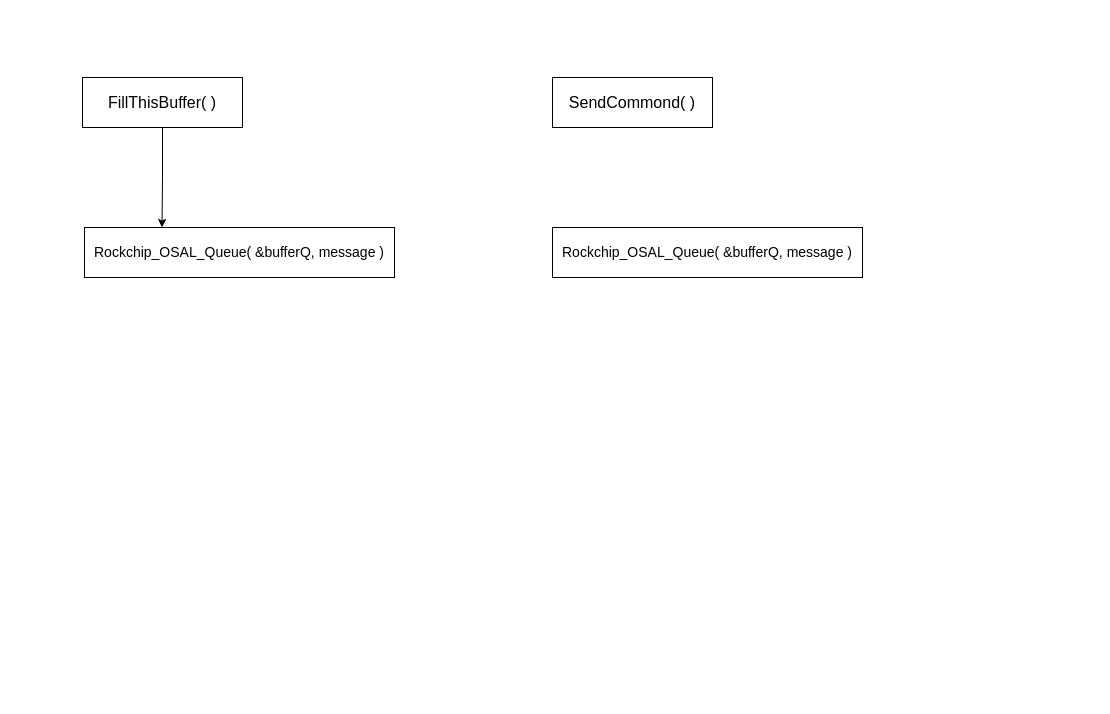
731617501/drawio_for_obsidian keeps this draw.io diagram as OMXIL.drawio. Above is the earlier version. Source tidied: cells renumbered, new cells numbered last; positions are measured from the earlier drawing's top-left corner, leaving out a move shared by most shapes. Both pictures are drawn from the tidied source at 100%, with x=0, y=0 at pixel (82, 77).
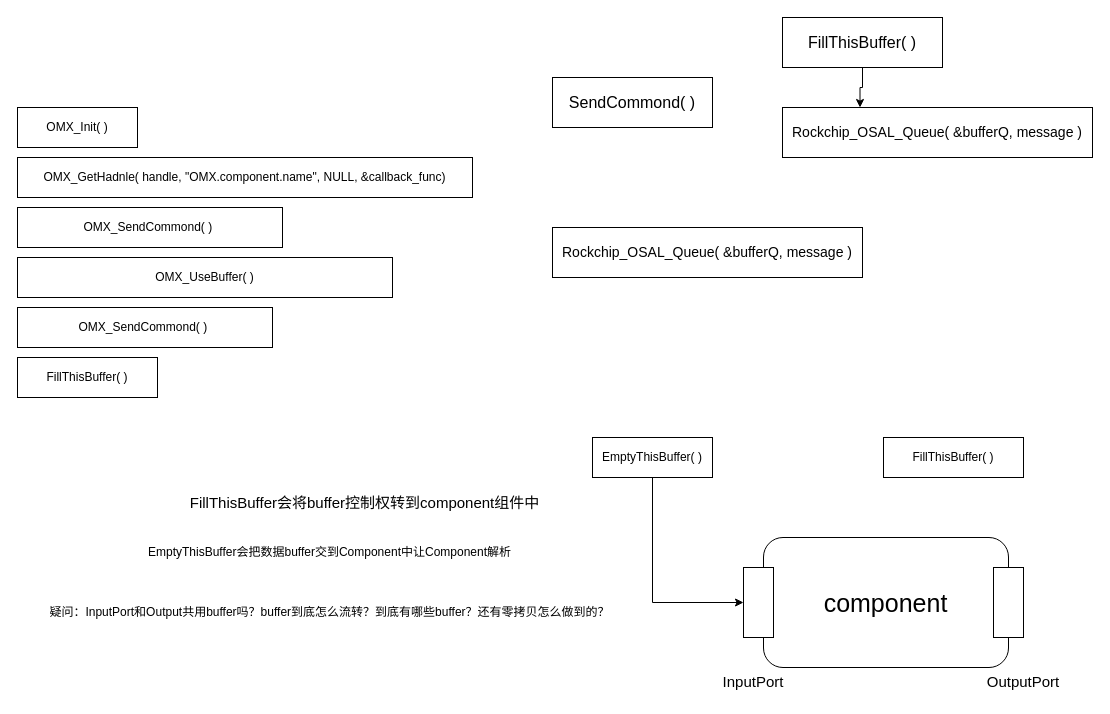
The same page after the edit.

The edit, as a diff of the source:
```diff
@@
     <mxCell id="3" value="FillThisBuffer( )" style="rounded=0;whiteSpace=wrap;html=1;fontSize=16;fontFamily=Jetmap Mono;" parent="1" vertex="1">
-      <mxGeometry width="160" height="50" as="geometry" />
+      <mxGeometry x="700" y="-60" width="160" height="50" as="geometry" />
     </mxCell>
@@
     <mxCell id="5" value="Rockchip_OSAL_Queue( &amp;amp;bufferQ, message )" style="rounded=0;whiteSpace=wrap;html=1;fontSize=14;" parent="1" vertex="1">
-      <mxGeometry x="2" y="150" width="310" height="50" as="geometry" />
+      <mxGeometry x="700" y="30" width="310" height="50" as="geometry" />
     </mxCell>
@@
+    <mxCell id="7" value="component" style="rounded=1;whiteSpace=wrap;html=1;fontSize=25;" parent="1" vertex="1">
+      <mxGeometry x="681" y="460" width="245" height="130" as="geometry" />
+    </mxCell>
+    <mxCell id="8" style="rounded=0;whiteSpace=wrap;html=1;" parent="1" vertex="1">
+      <mxGeometry x="661" y="490" width="30" height="70" as="geometry" />
+    </mxCell>
+    <mxCell id="9" style="rounded=0;whiteSpace=wrap;html=1;" parent="1" vertex="1">
+      <mxGeometry x="911" y="490" width="30" height="70" as="geometry" />
+    </mxCell>
+    <mxCell id="10" value="&lt;font style=&quot;font-size: 15px;&quot;&gt;InputPort&lt;/font&gt;" style="text;html=1;whiteSpace=wrap;strokeColor=none;fillColor=none;align=center;verticalAlign=middle;rounded=0;" parent="1" vertex="1">
+      <mxGeometry x="641" y="589" width="60" height="30" as="geometry" />
+    </mxCell>
+    <mxCell id="11" value="&lt;font style=&quot;font-size: 15px;&quot;&gt;OutputPort&lt;/font&gt;" style="text;html=1;whiteSpace=wrap;strokeColor=none;fillColor=none;align=center;verticalAlign=middle;rounded=0;" parent="1" vertex="1">
+      <mxGeometry x="911" y="589" width="60" height="30" as="geometry" />
+    </mxCell>
+    <mxCell id="12" style="edgeStyle=orthogonalEdgeStyle;rounded=0;jettySize=auto;html=1;entryX=0;entryY=0.5;entryDx=0;entryDy=0;" parent="1" edge="1" source="13" target="8">
+      <mxGeometry relative="1" as="geometry">
+        <Array as="points">
+          <mxPoint x="570" y="525" />
+        </Array>
+      </mxGeometry>
+    </mxCell>
+    <mxCell id="13" value="EmptyThisBuffer( )" style="rounded=0;whiteSpace=wrap;html=1;" parent="1" vertex="1">
+      <mxGeometry x="510" y="360" width="120" height="40" as="geometry" />
+    </mxCell>
+    <mxCell id="14" value="FillThisBuffer( )" style="rounded=0;whiteSpace=wrap;html=1;fontSize=12;fontFamily=Jetmap Mono;" parent="1" vertex="1">
+      <mxGeometry x="801" y="360" width="140" height="40" as="geometry" />
+    </mxCell>
+    <mxCell id="15" value="OMX_Init( )" style="rounded=0;whiteSpace=wrap;html=1;" parent="1" vertex="1">
+      <mxGeometry x="-65" y="30" width="120" height="40" as="geometry" />
+    </mxCell>
+    <mxCell id="16" value="OMX_GetHadnle( handle, &quot;OMX.component.name&quot;, NULL, &amp;amp;callback_func)" style="rounded=0;whiteSpace=wrap;html=1;" parent="1" vertex="1">
+      <mxGeometry x="-65" y="80" width="455" height="40" as="geometry" />
+    </mxCell>
+    <mxCell id="17" value="OMX_SendCommond( )&amp;nbsp;" style="rounded=0;whiteSpace=wrap;html=1;" parent="1" vertex="1">
+      <mxGeometry x="-65" y="130" width="265" height="40" as="geometry" />
+    </mxCell>
+    <mxCell id="18" value="OMX_UseBuffer( )" style="rounded=0;whiteSpace=wrap;html=1;" parent="1" vertex="1">
+      <mxGeometry x="-65" y="180" width="375" height="40" as="geometry" />
+    </mxCell>
+    <mxCell id="19" value="OMX_SendCommond( )&amp;nbsp;" style="rounded=0;whiteSpace=wrap;html=1;" parent="1" vertex="1">
+      <mxGeometry x="-65" y="230" width="255" height="40" as="geometry" />
+    </mxCell>
+    <mxCell id="20" value="FillThisBuffer( )" style="rounded=0;whiteSpace=wrap;html=1;fontSize=12;fontFamily=Jetmap Mono;" parent="1" vertex="1">
+      <mxGeometry x="-65" y="280" width="140" height="40" as="geometry" />
+    </mxCell>
+    <mxCell id="21" value="FillThisBuffer会将buffer控制权转到component组件中" style="text;html=1;whiteSpace=wrap;strokeColor=none;fillColor=none;align=center;verticalAlign=middle;rounded=0;fontSize=15;" parent="1" vertex="1">
+      <mxGeometry x="55" y="400" width="455" height="50" as="geometry" />
+    </mxCell>
+    <mxCell id="22" value="EmptyThisBuffer会把数据buffer交到Component中让Component解析" style="text;html=1;whiteSpace=wrap;strokeColor=none;fillColor=none;align=center;verticalAlign=middle;rounded=0;" parent="1" vertex="1">
+      <mxGeometry x="50" y="460" width="395" height="30" as="geometry" />
+    </mxCell>
+    <mxCell id="23" value="疑问：InputPort和Output共用buffer吗？buffer到底怎么流转？到底有哪些buffer？还有零拷贝怎么做到的？" style="text;html=1;whiteSpace=wrap;strokeColor=none;fillColor=none;align=center;verticalAlign=middle;rounded=0;" parent="1" vertex="1">
+      <mxGeometry x="-43" y="520" width="581" height="30" as="geometry" />
+    </mxCell>
```
